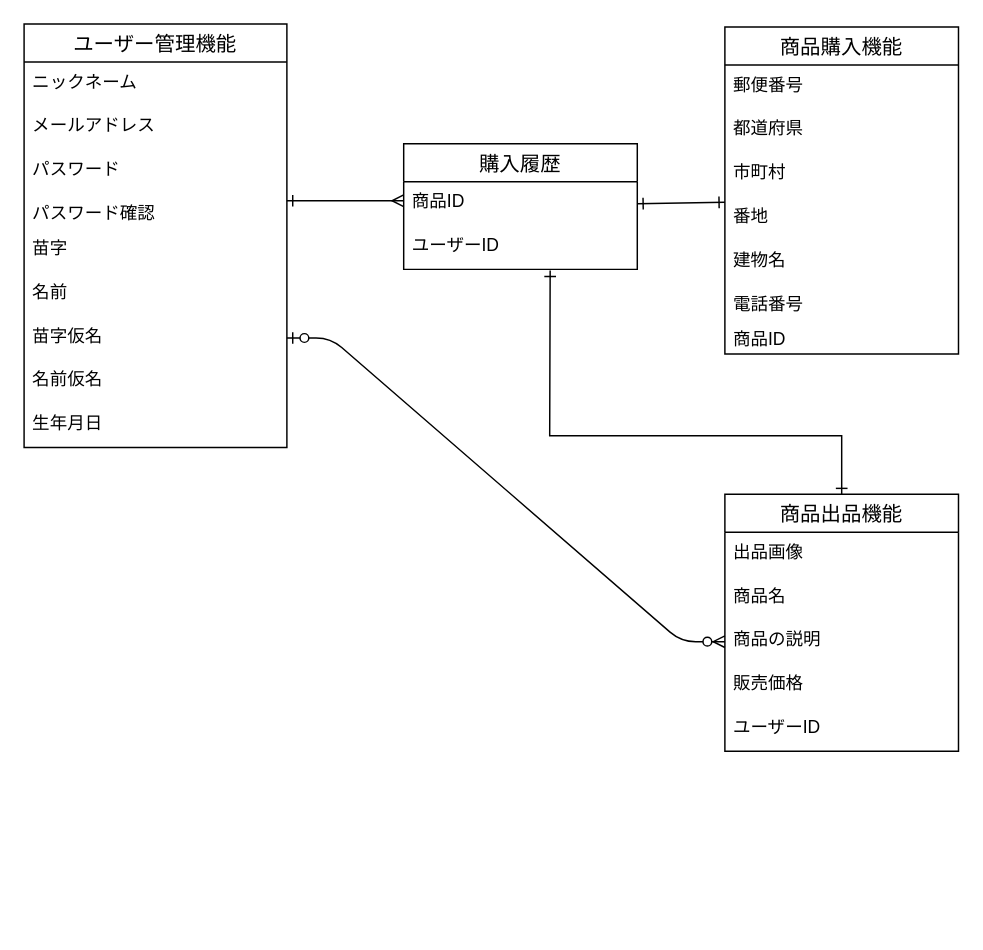
Before: TABLE .dio in kou1203/furima-34471, a draw.io diagram. Source tidied: cells renumbered, new cells numbered last; positions are measured from the earlier drawing's top-left corner, leaving out a move shared by most shapes. Both pictures are drawn from the tidied source at 146%, with x=0, y=0 at pixel (23, 23).
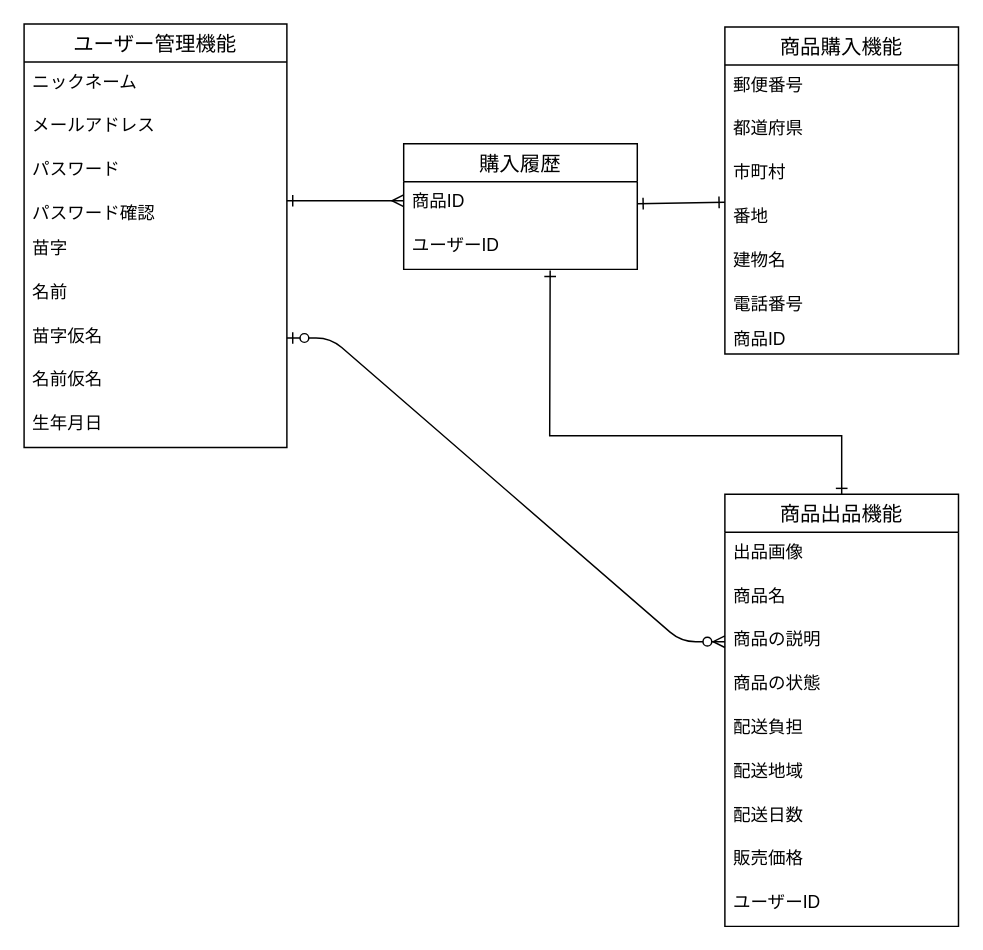
The same diagram, later.

Diff of the diagram source:
```diff
@@
     <mxCell id="20" value="商品出品機能" style="swimlane;fontStyle=0;horizontal=1;startSize=26;align=center;fontSize=14;" parent="1" vertex="1">
-      <mxGeometry x="480" y="322" width="160" height="176" as="geometry" />
+      <mxGeometry x="480" y="322" width="160" height="296" as="geometry" />
     </mxCell>
@@
+    <mxCell id="33" value="商品の状態" style="text;strokeColor=none;fillColor=none;spacingLeft=4;spacingRight=4;overflow=hidden;fontSize=12;" parent="20" vertex="1">
+      <mxGeometry y="116" width="160" height="30" as="geometry" />
+    </mxCell>
+    <mxCell id="34" value="配送負担" style="text;strokeColor=none;fillColor=none;spacingLeft=4;spacingRight=4;overflow=hidden;fontSize=12;" parent="20" vertex="1">
+      <mxGeometry y="146" width="160" height="30" as="geometry" />
+    </mxCell>
+    <mxCell id="35" value="配送地域" style="text;strokeColor=none;fillColor=none;spacingLeft=4;spacingRight=4;overflow=hidden;fontSize=12;" parent="20" vertex="1">
+      <mxGeometry y="176" width="160" height="30" as="geometry" />
+    </mxCell>
+    <mxCell id="36" value="配送日数" style="text;strokeColor=none;fillColor=none;spacingLeft=4;spacingRight=4;overflow=hidden;fontSize=12;" parent="20" vertex="1">
+      <mxGeometry y="206" width="160" height="30" as="geometry" />
+    </mxCell>
     <mxCell id="24" value="販売価格" style="text;strokeColor=none;fillColor=none;spacingLeft=4;spacingRight=4;overflow=hidden;fontSize=12;" parent="20" vertex="1">
-      <mxGeometry y="116" width="160" height="30" as="geometry" />
+      <mxGeometry y="236" width="160" height="30" as="geometry" />
     </mxCell>
     <mxCell id="25" value="ユーザーID" style="text;strokeColor=none;fillColor=none;spacingLeft=4;spacingRight=4;overflow=hidden;fontSize=12;" parent="20" vertex="1">
-      <mxGeometry y="146" width="160" height="30" as="geometry" />
+      <mxGeometry y="266" width="160" height="30" as="geometry" />
     </mxCell>
```
